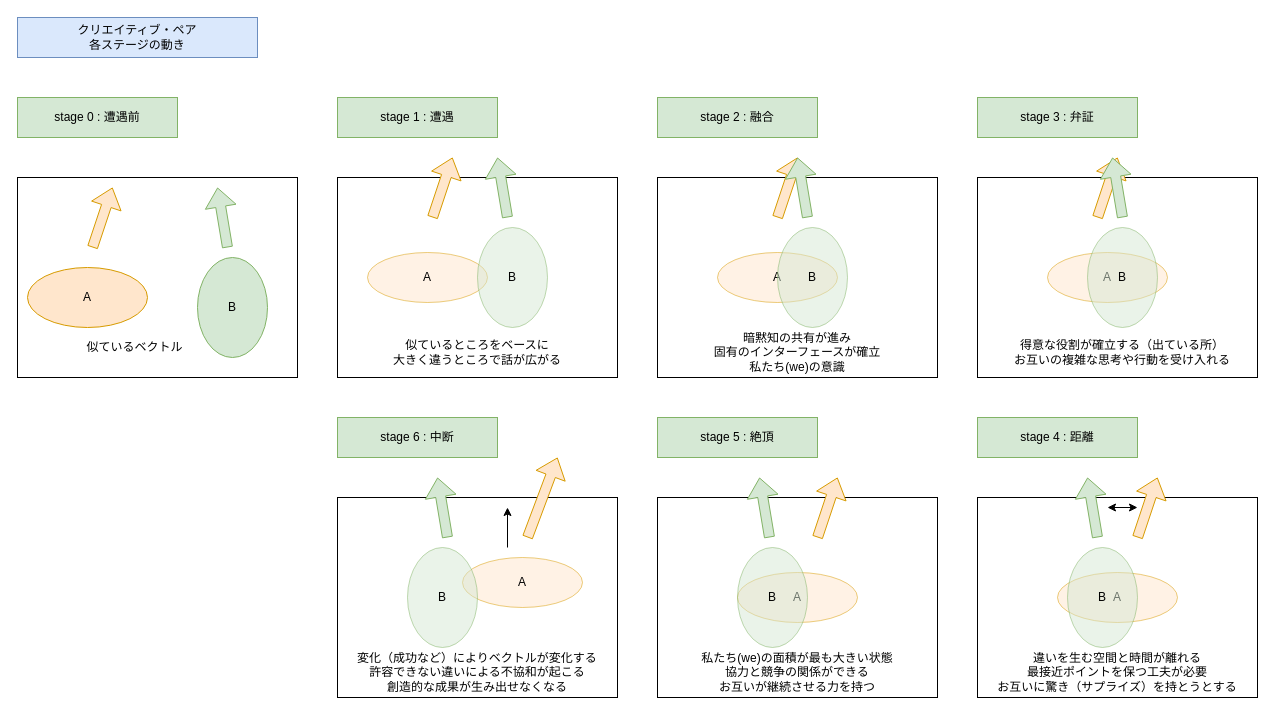
This is qiita_creative_pair1.drawio from YossyIto/booklog_drowio, a draw.io file, before an edit. Source tidied: cells renumbered, new cells numbered last; positions are measured from the earlier drawing's top-left corner, leaving out a move shared by most shapes. Both pictures are drawn from the tidied source at 100%, with x=0, y=0 at pixel (17, 17).
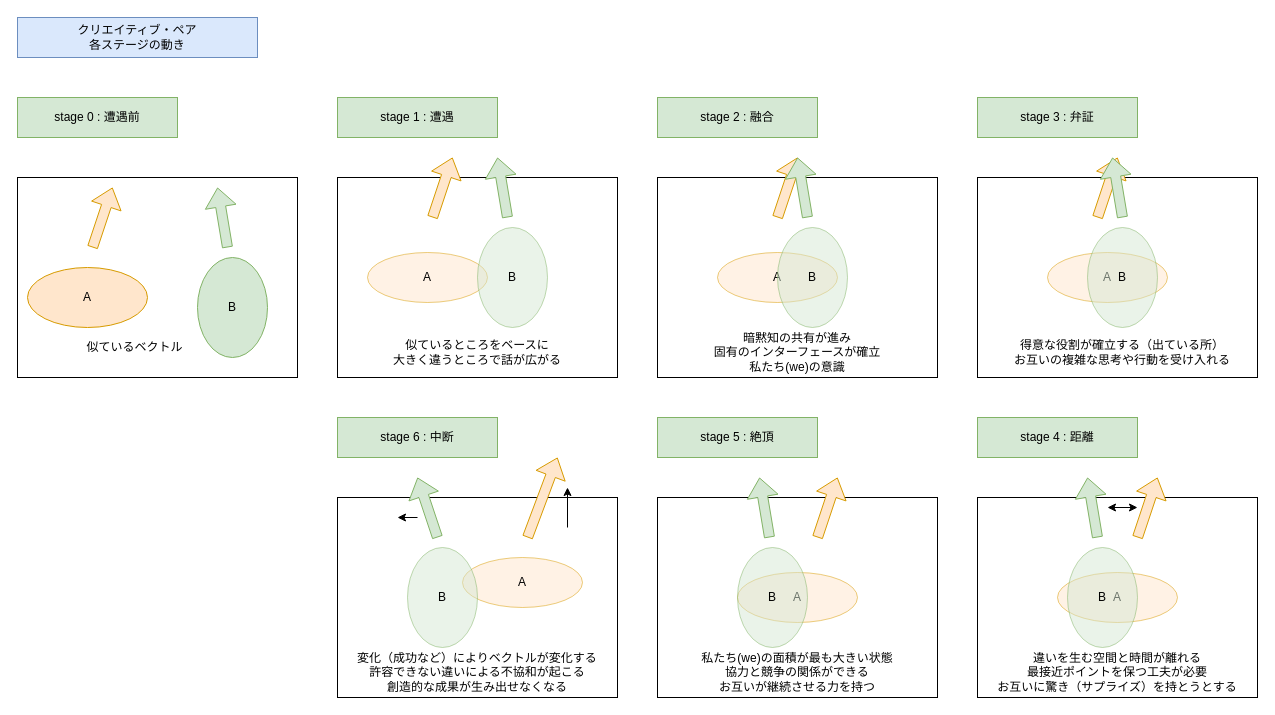
The same diagram, later.

Commit message (it also covers changes not shown here):
qiita_creative_pair1.drawio を更新します

Diff of the diagram source:
```diff
@@
     <mxCell id="48" style="shape=flexArrow;endArrow=classic;html=1;rounded=0;fillColor=#d5e8d4;strokeColor=#82b366;" parent="1" edge="1">
       <mxGeometry relative="1" as="geometry">
-        <mxPoint x="430" y="520" as="sourcePoint" />
-        <mxPoint x="420" y="460" as="targetPoint" />
+        <mxPoint x="420" y="520" as="sourcePoint" />
+        <mxPoint x="400" y="460" as="targetPoint" />
       </mxGeometry>
     </mxCell>
@@
     <mxCell id="53" style="endArrow=classic;html=1;rounded=0;" parent="1" edge="1">
       <mxGeometry relative="1" as="geometry">
-        <mxPoint x="490" y="530" as="sourcePoint" />
-        <mxPoint x="490" y="490" as="targetPoint" />
+        <mxPoint x="550" y="510" as="sourcePoint" />
+        <mxPoint x="550" y="470" as="targetPoint" />
       </mxGeometry>
     </mxCell>
+    <mxCell id="54" style="endArrow=classic;html=1;rounded=0;" parent="1" edge="1">
+      <mxGeometry relative="1" as="geometry">
+        <mxPoint x="400" y="500" as="sourcePoint" />
+        <mxPoint x="380" y="500" as="targetPoint" />
+      </mxGeometry>
+    </mxCell>
```
